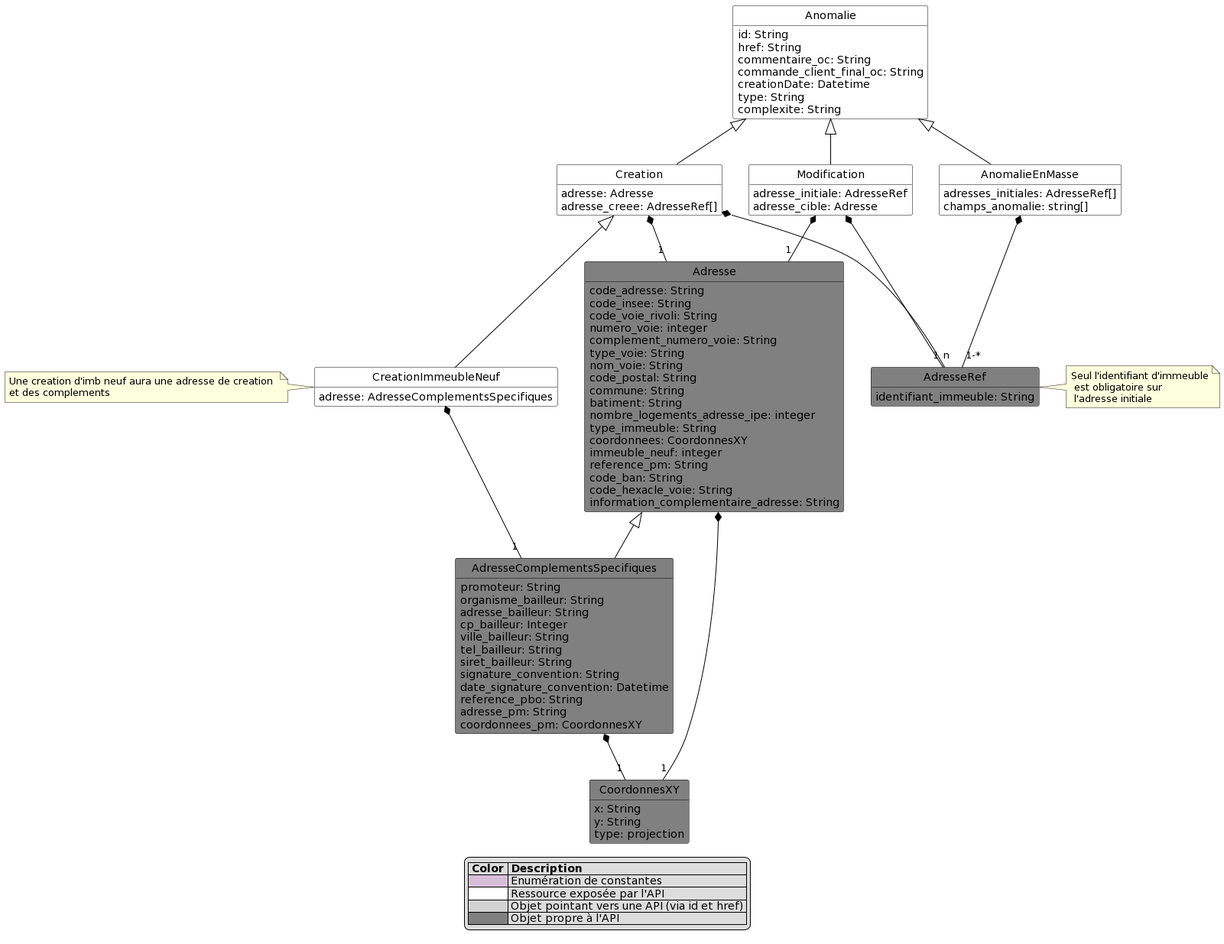
before-interop/anomalieAdresse keeps this PlantUML diagram as image/model.png. Above is the earlier version.
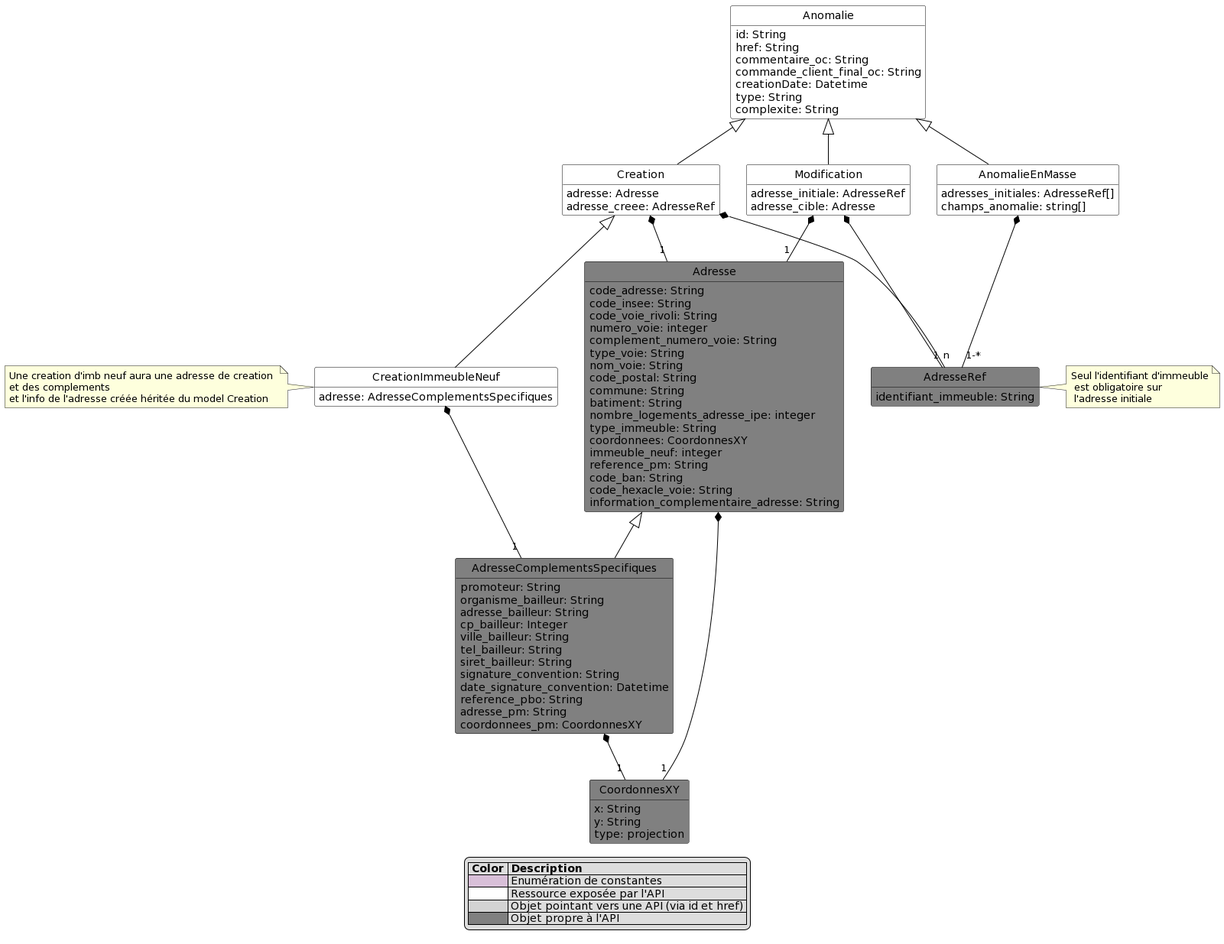
Later version of the same file.

Commit message:
correction du champ 'adresse cree'

What changed in the source:
```diff
@@ -24,7 +24,7 @@
 
 class Creation <<Pivot>> {
     adresse: Adresse
-    adresse_creee: AdresseRef[]
+    adresse_creee: AdresseRef
 }
 Anomalie <|-- Creation
 Creation *-- "1" Adresse
@@ -33,7 +33,7 @@
 class CreationImmeubleNeuf <<Pivot>> {
     adresse: AdresseComplementsSpecifiques
 }
-note left:  Une creation d'imb neuf aura une adresse de creation \net des complements
+note left:  Une creation d'imb neuf aura une adresse de creation \net des complements\net l'info de l'adresse créée héritée du model Creation
 CreationImmeubleNeuf *-- "1" AdresseComplementsSpecifiques
 Creation <|-- CreationImmeubleNeuf
 
```
